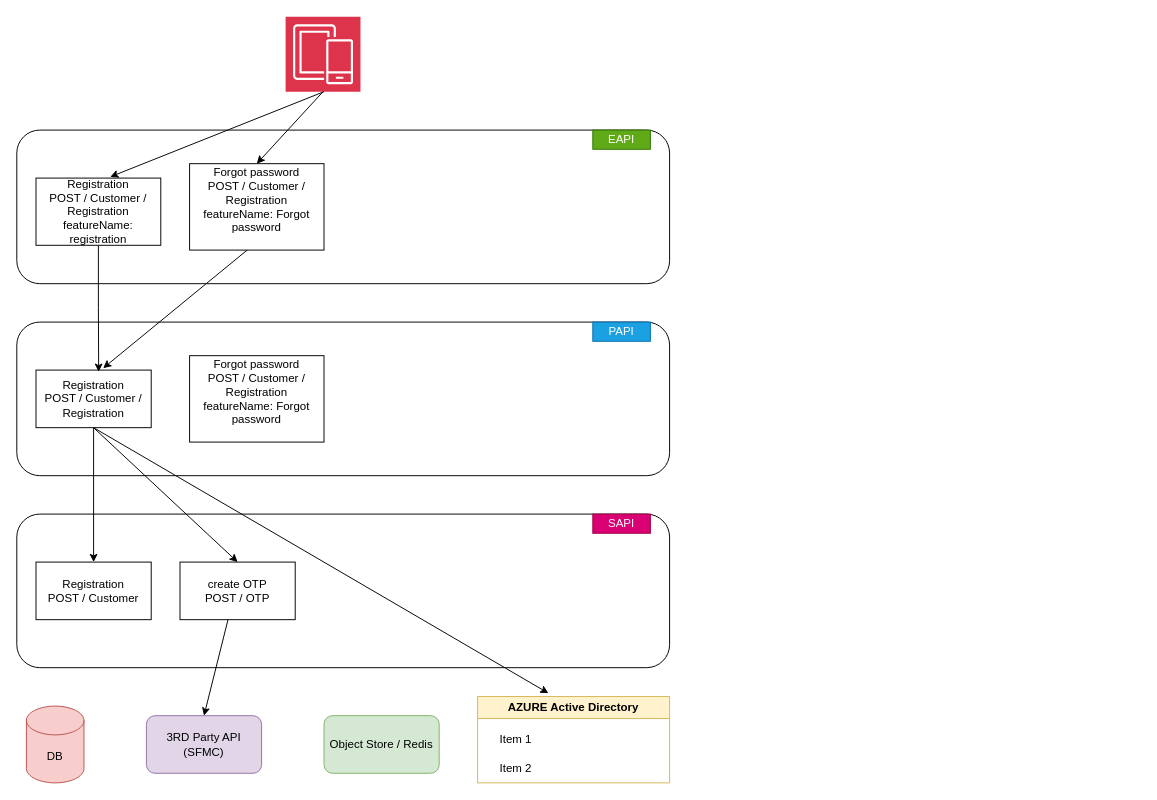
busugu2018/muleCustomerOnboarding keeps this draw.io diagram as APILandscapeDiagram.drawio. Above is the earlier version. Source tidied: cells renumbered, new cells numbered last; positions are measured from the earlier drawing's top-left corner, leaving out a move shared by most shapes. Both pictures are drawn from the tidied source at 96%, with x=0, y=0 at pixel (16, 16).
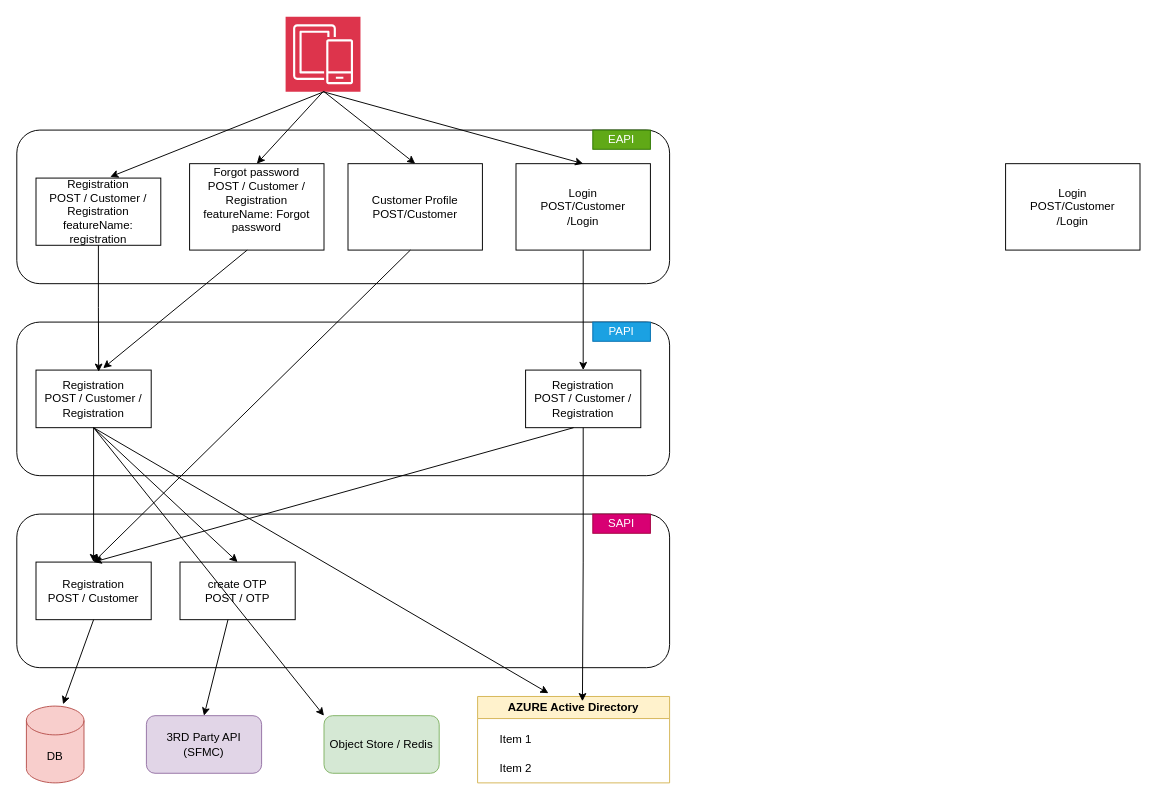
The same diagram, later.

The change refers to these unchanged cells:
```xml
<mxCell id="5" value="DB" style="shape=cylinder3;whiteSpace=wrap;html=1;boundedLbl=1;backgroundOutline=1;size=15;fillColor=#f8cecc;strokeColor=#b85450;" parent="1" vertex="1">
  <mxGeometry x="10" y="718" width="60" height="80" as="geometry" />
</mxCell>
<mxCell id="7" value="Object Store / Redis" style="rounded=1;whiteSpace=wrap;html=1;fillColor=#d5e8d4;strokeColor=#82b366;" parent="1" vertex="1">
  <mxGeometry x="320" y="728" width="120" height="60" as="geometry" />
</mxCell>
<mxCell id="8" value="AZURE Active Directory" style="swimlane;whiteSpace=wrap;html=1;fillColor=#fff2cc;strokeColor=#d6b656;" parent="1" vertex="1">
  <mxGeometry x="480" y="708" width="200" height="90" as="geometry" />
</mxCell>
<mxCell id="14" value="Registration&lt;div&gt;POST / Customer&lt;/div&gt;" style="rounded=0;whiteSpace=wrap;html=1;" parent="1" vertex="1">
  <mxGeometry x="20" y="568" width="120" height="60" as="geometry" />
</mxCell>
<mxCell id="18" style="sketch=0;points=[[0,0,0],[0.25,0,0],[0.5,0,0],[0.75,0,0],[1,0,0],[0,1,0],[0.25,1,0],[0.5,1,0],[0.75,1,0],[1,1,0],[0,0.25,0],[0,0.5,0],[0,0.75,0],[1,0.25,0],[1,0.5,0],[1,0.75,0]];outlineConnect=0;fontColor=#232F3E;fillColor=#DD344C;strokeColor=#ffffff;dashed=0;verticalLabelPosition=bottom;verticalAlign=top;align=center;html=1;fontSize=12;fontStyle=0;shape=mxgraph.aws4.resourceIcon;resIcon=mxgraph.aws4.mobile;" parent="1" vertex="1">
  <mxGeometry x="280" width="78" height="78" as="geometry" />
</mxCell>
```

The edit, as a diff of the source:
```diff
@@
-    <mxCell id="26" value="Forgot password&lt;div&gt;&lt;div&gt;POST / Customer / Registration featureName: Forgot password&lt;/div&gt;&lt;div&gt;&lt;br&gt;&lt;/div&gt;&lt;/div&gt;" style="rounded=0;whiteSpace=wrap;html=1;" parent="1" vertex="1">
-      <mxGeometry x="180" y="353" width="140" height="90" as="geometry" />
-    </mxCell>
@@
+    <mxCell id="29" style="endArrow=classic;html=1;rounded=0;defaultLabelBackgroundColor=page;entryX=0.637;entryY=-0.024;entryDx=0;entryDy=0;entryPerimeter=0;" parent="1" edge="1" target="5">
+      <mxGeometry relative="1" as="geometry">
+        <mxPoint x="80" y="628" as="sourcePoint" />
+      </mxGeometry>
+    </mxCell>
+    <mxCell id="30" style="endArrow=classic;html=1;rounded=0;defaultLabelBackgroundColor=page;entryX=0;entryY=0;entryDx=0;entryDy=0;" parent="1" edge="1" target="7">
+      <mxGeometry relative="1" as="geometry">
+        <mxPoint x="80" y="428" as="sourcePoint" />
+      </mxGeometry>
+    </mxCell>
+    <mxCell id="31" value="&lt;div&gt;&lt;div&gt;Customer Profile&lt;/div&gt;&lt;div&gt;POST/Customer&lt;/div&gt;&lt;/div&gt;" style="rounded=0;whiteSpace=wrap;html=1;" parent="1" vertex="1">
+      <mxGeometry x="345" y="153" width="140" height="90" as="geometry" />
+    </mxCell>
+    <mxCell id="32" style="edgeStyle=orthogonalEdgeStyle;rounded=0;jettySize=auto;html=1;exitX=0.5;exitY=1;exitDx=0;exitDy=0;entryX=0.5;entryY=0;entryDx=0;entryDy=0;defaultLabelBackgroundColor=page;" parent="1" edge="1" source="33" target="35">
+      <mxGeometry relative="1" as="geometry" />
+    </mxCell>
+    <mxCell id="33" value="&lt;div&gt;&lt;div&gt;Login&lt;/div&gt;&lt;/div&gt;&lt;div&gt;POST/Customer&lt;/div&gt;&lt;div&gt;/Login&lt;/div&gt;" style="rounded=0;whiteSpace=wrap;html=1;" parent="1" vertex="1">
+      <mxGeometry x="520" y="153" width="140" height="90" as="geometry" />
+    </mxCell>
+    <mxCell id="34" value="&lt;div&gt;&lt;div&gt;Login&lt;/div&gt;&lt;/div&gt;&lt;div&gt;POST/Customer&lt;/div&gt;&lt;div&gt;/Login&lt;/div&gt;" style="rounded=0;whiteSpace=wrap;html=1;" parent="1" vertex="1">
+      <mxGeometry x="1030" y="153" width="140" height="90" as="geometry" />
+    </mxCell>
+    <mxCell id="35" value="Registration&lt;div&gt;POST / Customer / Registration&lt;/div&gt;" style="rounded=0;whiteSpace=wrap;html=1;" parent="1" vertex="1">
+      <mxGeometry x="530" y="368" width="120" height="60" as="geometry" />
+    </mxCell>
+    <mxCell id="36" style="endArrow=classic;html=1;rounded=0;defaultLabelBackgroundColor=page;entryX=0.5;entryY=0;entryDx=0;entryDy=0;" parent="1" edge="1" target="14">
+      <mxGeometry relative="1" as="geometry">
+        <mxPoint x="580" y="428" as="sourcePoint" />
+      </mxGeometry>
+    </mxCell>
+    <mxCell id="37" style="edgeStyle=orthogonalEdgeStyle;rounded=0;jettySize=auto;html=1;exitX=0.5;exitY=1;exitDx=0;exitDy=0;entryX=0.546;entryY=0.055;entryDx=0;entryDy=0;entryPerimeter=0;defaultLabelBackgroundColor=page;" parent="1" edge="1" source="35" target="8">
+      <mxGeometry relative="1" as="geometry" />
+    </mxCell>
+    <mxCell id="38" style="endArrow=classic;html=1;rounded=0;defaultLabelBackgroundColor=page;entryX=0.5;entryY=0;entryDx=0;entryDy=0;" parent="1" edge="1" target="14">
+      <mxGeometry relative="1" as="geometry">
+        <mxPoint x="410" y="243" as="sourcePoint" />
+      </mxGeometry>
+    </mxCell>
+    <mxCell id="39" style="endArrow=classic;html=1;rounded=0;defaultLabelBackgroundColor=page;entryX=0.5;entryY=0;entryDx=0;entryDy=0;" parent="1" edge="1" target="31">
+      <mxGeometry relative="1" as="geometry">
+        <mxPoint x="320" y="78" as="sourcePoint" />
+      </mxGeometry>
+    </mxCell>
+    <mxCell id="40" style="endArrow=classic;html=1;rounded=0;defaultLabelBackgroundColor=page;entryX=0.5;entryY=0;entryDx=0;entryDy=0;exitX=0.5;exitY=1;exitDx=0;exitDy=0;exitPerimeter=0;" parent="1" edge="1" source="18">
+      <mxGeometry relative="1" as="geometry">
+        <mxPoint x="590" y="153" as="targetPoint" />
+      </mxGeometry>
+    </mxCell>
```
